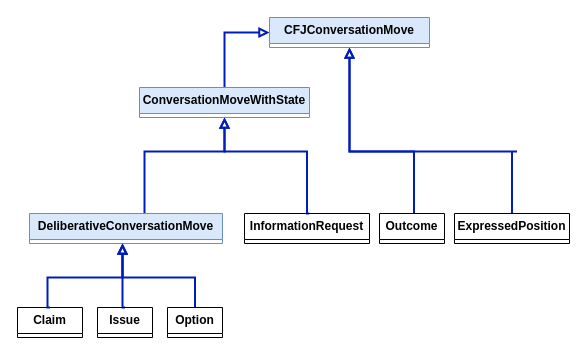
Before: page "MilestoneWithStateTaxonomy" (2 of 10) of oe2026/tracking-cjf/files/conceptual-models/oe9/OE_9_TeamCJF_ConceptualModel.drawio in tetherless-world/ontology-engineering, a draw.io diagram. Source tidied: cells renumbered, new cells numbered last; positions are measured from the earlier drawing's top-left corner, leaving out a move shared by most shapes. Both pictures are drawn from the tidied source at 100%, with x=0, y=0 at pixel (17, 17).
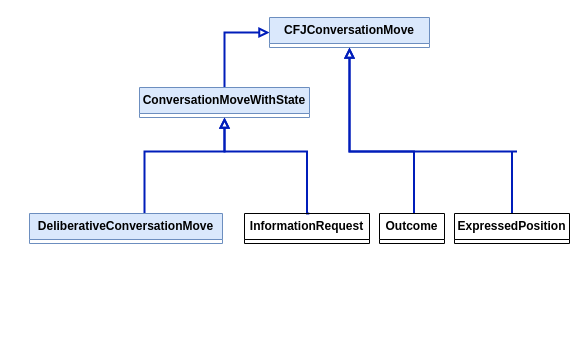
The same diagram, later.

Change to the diagram source:
```diff
@@
-    <mxCell id="13" style="edgeStyle=orthogonalEdgeStyle;rounded=0;jettySize=auto;html=1;exitX=0.5;exitY=0;exitDx=0;exitDy=0;entryX=0.5;entryY=1;entryDx=0;entryDy=0;fillColor=#0050ef;strokeColor=#001DBC;endArrow=block;endFill=0;strokeWidth=2;" parent="1" edge="1" source="18">
-      <mxGeometry relative="1" as="geometry">
-        <mxPoint x="105" y="226" as="targetPoint" />
-        <Array as="points">
-          <mxPoint x="105" y="270" />
-          <mxPoint x="105" y="270" />
-        </Array>
-      </mxGeometry>
-    </mxCell>
-    <mxCell id="14" style="edgeStyle=orthogonalEdgeStyle;rounded=0;jettySize=auto;html=1;fillColor=#0050ef;strokeColor=#001DBC;endArrow=block;endFill=0;exitX=0.5;exitY=0;exitDx=0;exitDy=0;entryX=0.5;entryY=1;entryDx=0;entryDy=0;strokeWidth=2;" parent="1" edge="1" source="16">
-      <mxGeometry relative="1" as="geometry">
-        <mxPoint x="105" y="226" as="targetPoint" />
-        <Array as="points">
-          <mxPoint x="177.5" y="260" />
-          <mxPoint x="105" y="260" />
-        </Array>
-      </mxGeometry>
-    </mxCell>
-    <mxCell id="15" value="&lt;b&gt;Claim&lt;/b&gt;" style="swimlane;fontStyle=0;horizontal=1;startSize=26;fillColor=none;whiteSpace=wrap;html=1;" parent="1" vertex="1">
-      <mxGeometry y="290" width="65" height="30" as="geometry" />
-    </mxCell>
-    <mxCell id="16" value="&lt;b&gt;Option&lt;/b&gt;" style="swimlane;fontStyle=0;horizontal=1;startSize=26;fillColor=none;whiteSpace=wrap;html=1;" parent="1" vertex="1">
-      <mxGeometry x="150" y="290" width="55" height="30" as="geometry" />
-    </mxCell>
-    <mxCell id="17" style="edgeStyle=orthogonalEdgeStyle;rounded=0;jettySize=auto;html=1;fillColor=#0050ef;strokeColor=#001DBC;endArrow=block;endFill=0;exitX=0.5;exitY=0;exitDx=0;exitDy=0;entryX=0.5;entryY=1;entryDx=0;entryDy=0;strokeWidth=2;" parent="1" edge="1" source="15">
-      <mxGeometry relative="1" as="geometry">
-        <mxPoint x="105" y="226" as="targetPoint" />
-        <Array as="points">
-          <mxPoint x="30" y="290" />
-          <mxPoint x="30" y="260" />
-          <mxPoint x="105" y="260" />
-        </Array>
-      </mxGeometry>
-    </mxCell>
-    <mxCell id="18" value="&lt;b&gt;Issue&lt;/b&gt;" style="swimlane;fontStyle=0;horizontal=1;startSize=26;fillColor=none;whiteSpace=wrap;html=1;" parent="1" vertex="1">
-      <mxGeometry x="80" y="290" width="55" height="30" as="geometry" />
-    </mxCell>
```
